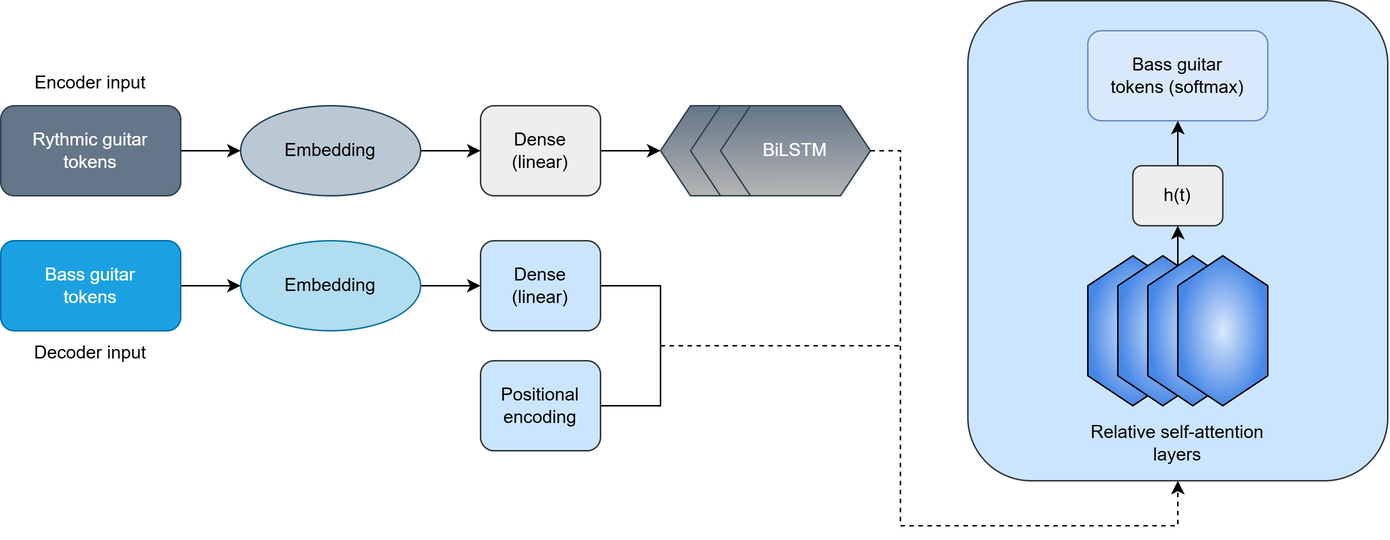
The draw.io diagram reports-presentations/images-figures/model_adapted.png in OlitHub/guitar-tab-gen, before a commit. Source tidied: cells renumbered, new cells last; positions are measured from the earlier drawing's top-left corner, leaving out a move shared by most shapes.
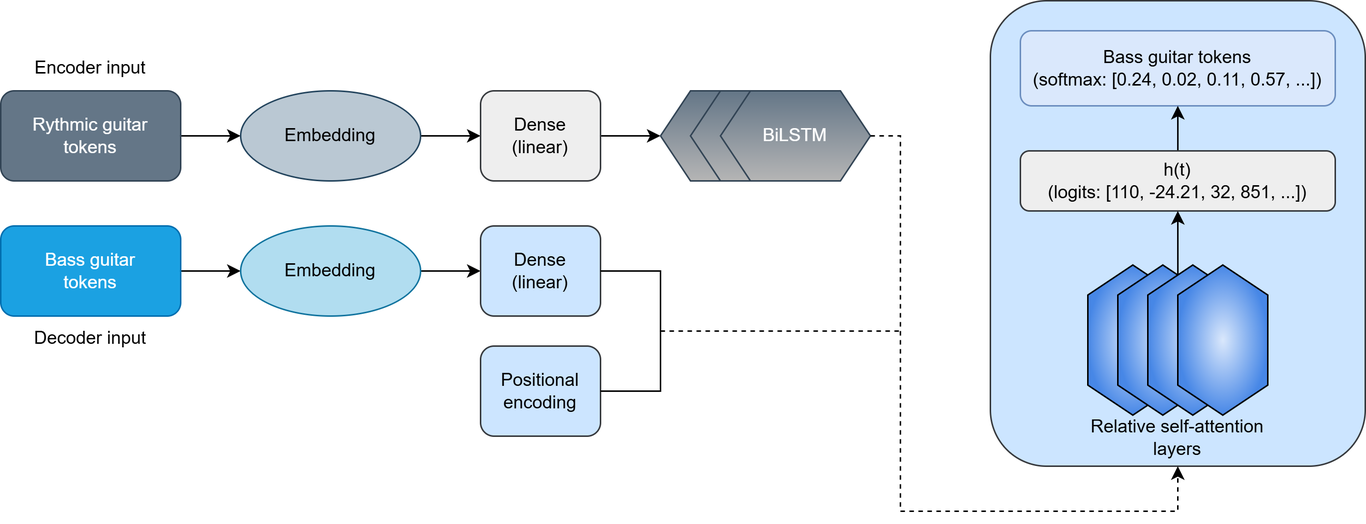
Later version of the same file.

Diff of the diagram source:
```diff
@@ -44,38 +44,38 @@
     <mxCell id="15" value="Dense&lt;div&gt;(linear)&lt;/div&gt;" style="rounded=1;whiteSpace=wrap;html=1;fillColor=#cce5ff;strokeColor=#36393d;" parent="1" vertex="1">
       <mxGeometry x="320" y="160" width="80" height="60" as="geometry" />
     </mxCell>
+    <mxCell id="17" style="rounded=1;whiteSpace=wrap;html=1;fillColor=#cce5ff;strokeColor=#36393d;" parent="1" vertex="1">
+      <mxGeometry x="660" y="10" width="250" height="310" as="geometry" />
+    </mxCell>
     <mxCell id="16" value="Positional encoding" style="rounded=1;whiteSpace=wrap;html=1;fillColor=#cce5ff;strokeColor=#36393d;" parent="1" vertex="1">
       <mxGeometry x="320" y="240" width="80" height="60" as="geometry" />
     </mxCell>
-    <mxCell id="17" style="rounded=1;whiteSpace=wrap;html=1;fillColor=#cce5ff;strokeColor=#36393d;" parent="1" vertex="1">
-      <mxGeometry x="645" width="280" height="320" as="geometry" />
-    </mxCell>
-    <mxCell id="18" value="Bass guitar&lt;div&gt;tokens (softmax)&lt;/div&gt;" style="rounded=1;whiteSpace=wrap;html=1;fillColor=#dae8fc;strokeColor=#6c8ebf;" parent="1" vertex="1">
-      <mxGeometry x="725" y="20" width="120" height="60" as="geometry" />
+    <mxCell id="18" value="Bass guitar&amp;nbsp;&lt;span style=&quot;background-color: transparent; color: light-dark(rgb(0, 0, 0), rgb(255, 255, 255));&quot;&gt;tokens&lt;/span&gt;&lt;div&gt;&lt;span style=&quot;background-color: transparent; color: light-dark(rgb(0, 0, 0), rgb(255, 255, 255));&quot;&gt;(softmax: [0.24, 0.02, 0.11, 0.57, ...])&lt;/span&gt;&lt;/div&gt;" style="rounded=1;whiteSpace=wrap;html=1;fillColor=#dae8fc;strokeColor=#6c8ebf;" parent="1" vertex="1">
+      <mxGeometry x="680" y="30" width="210" height="50" as="geometry" />
     </mxCell>
     <mxCell id="19" style="edgeStyle=orthogonalEdgeStyle;rounded=0;jettySize=auto;html=1;entryX=0.5;entryY=1;entryDx=0;entryDy=0;" parent="1" edge="1" source="20" target="18">
       <mxGeometry relative="1" as="geometry" />
     </mxCell>
-    <mxCell id="20" value="h(t)" style="rounded=1;whiteSpace=wrap;html=1;fillColor=#eeeeee;strokeColor=#36393d;" parent="1" vertex="1">
-      <mxGeometry x="755" y="110" width="60" height="40" as="geometry" />
+    <mxCell id="20" value="h(t)&lt;div&gt;(logits: [110, -24.21, 32, 851, ...])&lt;/div&gt;" style="rounded=1;whiteSpace=wrap;html=1;fillColor=#eeeeee;strokeColor=#36393d;" parent="1" vertex="1">
+      <mxGeometry x="680" y="110" width="210" height="40" as="geometry" />
     </mxCell>
     <mxCell id="21" style="shape=hexagon;perimeter=hexagonPerimeter2;whiteSpace=wrap;html=1;fixedSize=1;fillColor=#dae8fc;strokeColor=default;rotation=-90;gradientColor=light-dark(#4787e6, #436697);gradientDirection=radial;" parent="1" vertex="1">
-      <mxGeometry x="705" y="190" width="100" height="60" as="geometry" />
+      <mxGeometry x="705" y="206" width="100" height="60" as="geometry" />
     </mxCell>
     <mxCell id="22" style="shape=hexagon;perimeter=hexagonPerimeter2;whiteSpace=wrap;html=1;fixedSize=1;fillColor=#dae8fc;strokeColor=default;rotation=-90;gradientColor=light-dark(#4787e6, #436697);gradientDirection=radial;" parent="1" vertex="1">
-      <mxGeometry x="725" y="190" width="100" height="60" as="geometry" />
+      <mxGeometry x="725" y="206" width="100" height="60" as="geometry" />
     </mxCell>
     <mxCell id="23" style="shape=hexagon;perimeter=hexagonPerimeter2;whiteSpace=wrap;html=1;fixedSize=1;fillColor=#dae8fc;strokeColor=default;rotation=-90;gradientColor=light-dark(#4787e6, #436697);gradientDirection=radial;" parent="1" vertex="1">
-      <mxGeometry x="745" y="190" width="100" height="60" as="geometry" />
+      <mxGeometry x="745" y="206" width="100" height="60" as="geometry" />
     </mxCell>
     <mxCell id="24" style="shape=hexagon;perimeter=hexagonPerimeter2;whiteSpace=wrap;html=1;fixedSize=1;fillColor=#dae8fc;strokeColor=default;rotation=-90;gradientColor=light-dark(#4787e6, #436697);gradientDirection=radial;" parent="1" vertex="1">
-      <mxGeometry x="765" y="190" width="100" height="60" as="geometry" />
+      <mxGeometry x="765" y="206" width="100" height="60" as="geometry" />
     </mxCell>
     <mxCell id="25" style="endArrow=classic;html=1;rounded=0;exitX=0.936;exitY=0.334;exitDx=0;exitDy=0;exitPerimeter=0;entryX=0.5;entryY=1;entryDx=0;entryDy=0;" parent="1" edge="1" source="23" target="20">
       <mxGeometry relative="1" as="geometry" />
     </mxCell>
     <mxCell id="26" value="Relative self-attention layers" style="text;html=1;align=center;verticalAlign=middle;whiteSpace=wrap;rounded=0;" parent="1" vertex="1">
-      <mxGeometry x="720" y="280" width="130" height="30" as="geometry" />
+      <mxGeometry x="720" y="286" width="130" height="30" as="geometry" />
     </mxCell>
     <mxCell id="27" style="endArrow=none;html=1;rounded=0;exitX=1;exitY=0.5;exitDx=0;exitDy=0;entryX=1;entryY=0.5;entryDx=0;entryDy=0;" parent="1" edge="1" source="16" target="15">
       <mxGeometry relative="1" as="geometry">
```
